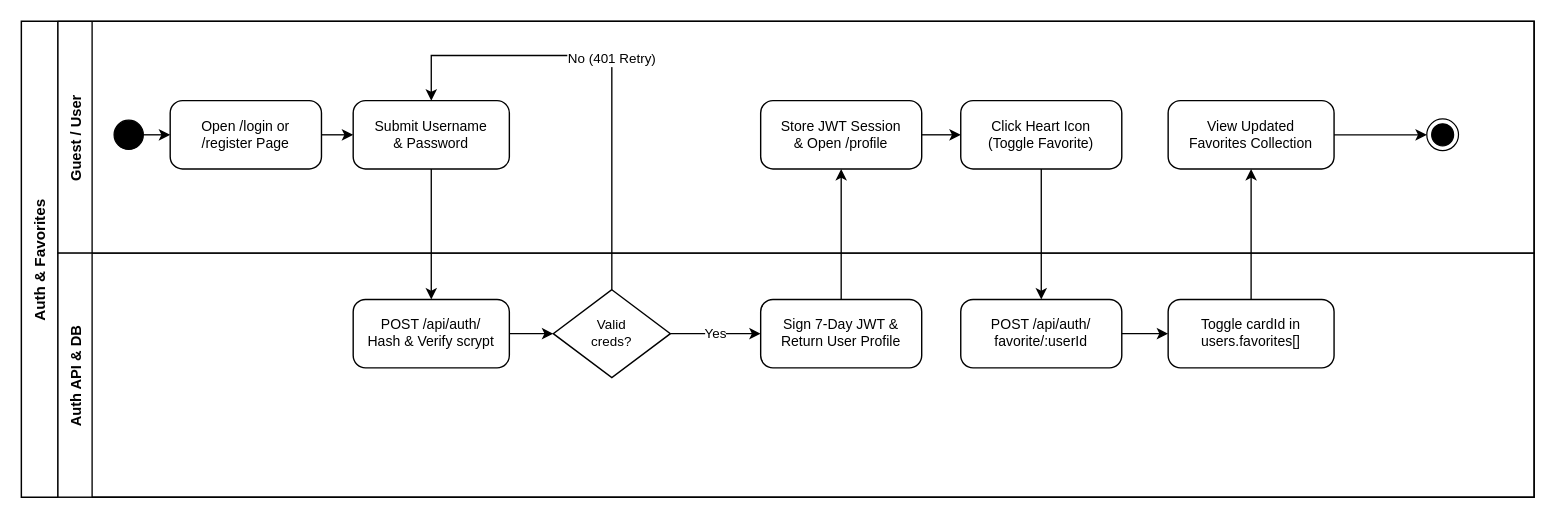
The draw.io diagram page "1.2.5 User Authentication & Favorites" (5 of 6) of Tai lieu/Draw.io/SRS_1_2_Business_Workflows.drawio in minhthanh1806/PROJECT_SDN, before the edit. Source tidied: cells renumbered, new cells numbered last; positions are measured from the earlier drawing's top-left corner, leaving out a move shared by most shapes. Both pictures are drawn from the tidied source at 122%, with x=0, y=0 at pixel (21, 21).
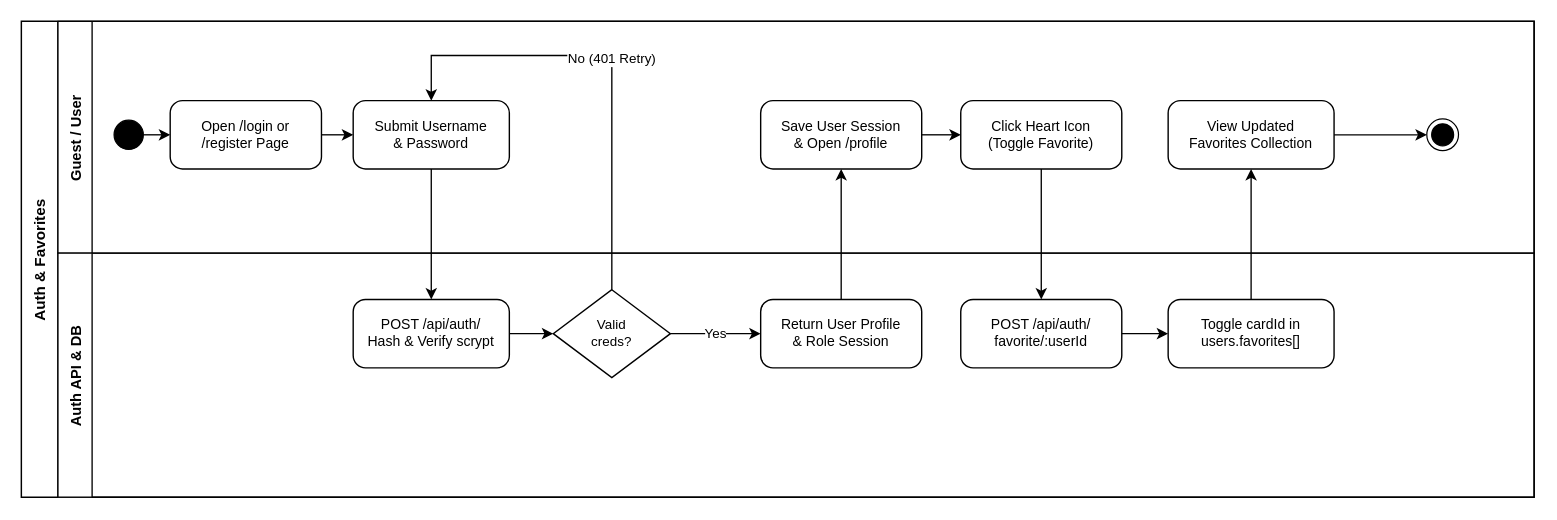
Above is the later version.

The change refers to these unchanged cells:
```xml
<mxCell id="3" value="Guest / User" style="swimlane;startSize=28;horizontal=0;fillColor=#ffffff;strokeColor=#000000;fontColor=#000000;fontSize=12;fontStyle=1;strokeWidth=1.1;" parent="2" vertex="1">
  <mxGeometry x="30" width="1210" height="190" as="geometry" />
</mxCell>
<mxCell id="4" value="Auth API &amp; DB" style="swimlane;startSize=28;horizontal=0;fillColor=#ffffff;strokeColor=#000000;fontColor=#000000;fontSize=12;fontStyle=1;strokeWidth=1.1;" parent="2" vertex="1">
  <mxGeometry x="30" y="190" width="1210" height="200" as="geometry" />
</mxCell>
```

The edit, as a diff of the source:
```diff
@@
-    <mxCell id="10" value="Sign 7-Day JWT &amp;&lt;br&gt;Return User Profile" style="rounded=1;arcSize=18;whiteSpace=wrap;html=1;fillColor=#ffffff;strokeColor=#000000;fontColor=#000000;fontSize=11.5;strokeWidth=1.15;" parent="4" vertex="1">
+    <mxCell id="10" value="Return User Profile&lt;br&gt;&amp; Role Session" style="rounded=1;arcSize=18;whiteSpace=wrap;html=1;fillColor=#ffffff;strokeColor=#000000;fontColor=#000000;fontSize=11.5;strokeWidth=1.15;" parent="4" vertex="1">
       <mxGeometry x="576" y="38" width="132" height="56" as="geometry" />
     </mxCell>
-    <mxCell id="11" value="Store JWT Session&lt;br&gt;&amp; Open /profile" style="rounded=1;arcSize=18;whiteSpace=wrap;html=1;fillColor=#ffffff;strokeColor=#000000;fontColor=#000000;fontSize=11.5;strokeWidth=1.15;" parent="3" vertex="1">
+    <mxCell id="11" value="Save User Session&lt;br&gt;&amp; Open /profile" style="rounded=1;arcSize=18;whiteSpace=wrap;html=1;fillColor=#ffffff;strokeColor=#000000;fontColor=#000000;fontSize=11.5;strokeWidth=1.15;" parent="3" vertex="1">
       <mxGeometry x="576" y="65" width="132" height="56" as="geometry" />
     </mxCell>
```
